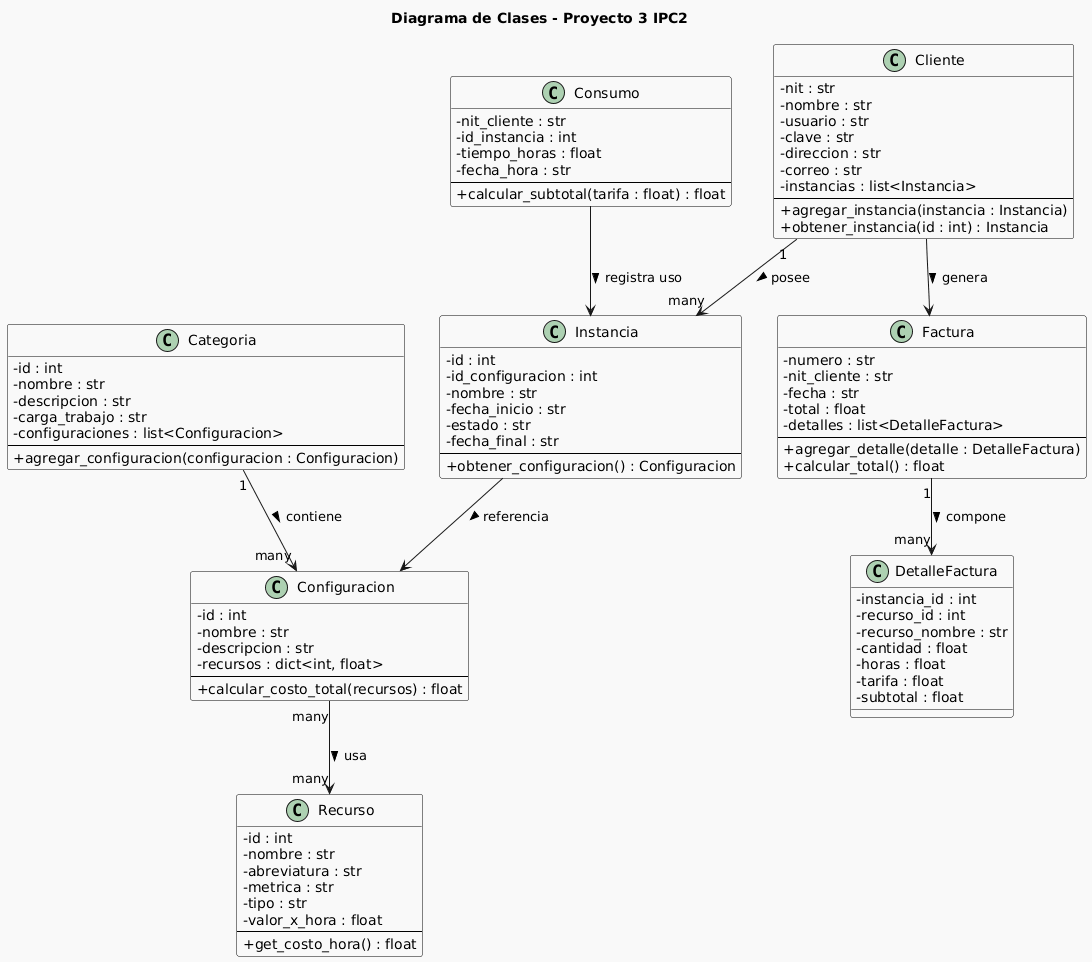
Above: modelo de datos.png in Dieg0vlr/IPC2_202200092_Proyecto3 (PlantUML), before the change. Its diagram source:
```plantuml
@startuml
title Diagrama de Clases - Proyecto 3 IPC2
skinparam classAttributeIconSize 0
skinparam backgroundColor #f9f9f9
skinparam class {
    BackgroundColor White
    BorderColor Black
}


class Recurso {
    - id : int
    - nombre : str
    - abreviatura : str
    - metrica : str
    - tipo : str
    - valor_x_hora : float
    --
    + get_costo_hora() : float
}

class Configuracion {
    - id : int
    - nombre : str
    - descripcion : str
    - recursos : dict<int, float>
    --
    + calcular_costo_total(recursos) : float
}

class Categoria {
    - id : int
    - nombre : str
    - descripcion : str
    - carga_trabajo : str
    - configuraciones : list<Configuracion>
    --
    + agregar_configuracion(configuracion : Configuracion)
}

class Instancia {
    - id : int
    - id_configuracion : int
    - nombre : str
    - fecha_inicio : str
    - estado : str
    - fecha_final : str
    --
    + obtener_configuracion() : Configuracion
}

class Cliente {
    - nit : str
    - nombre : str
    - usuario : str
    - clave : str
    - direccion : str
    - correo : str
    - instancias : list<Instancia>
    --
    + agregar_instancia(instancia : Instancia)
    + obtener_instancia(id : int) : Instancia
}

class Consumo {
    - nit_cliente : str
    - id_instancia : int
    - tiempo_horas : float
    - fecha_hora : str
    --
    + calcular_subtotal(tarifa : float) : float
}

class DetalleFactura {
    - instancia_id : int
    - recurso_id : int
    - recurso_nombre : str
    - cantidad : float
    - horas : float
    - tarifa : float
    - subtotal : float
}

class Factura {
    - numero : str
    - nit_cliente : str
    - fecha : str
    - total : float
    - detalles : list<DetalleFactura>
    --
    + agregar_detalle(detalle : DetalleFactura)
    + calcular_total() : float
}


Categoria "1" --> "many" Configuracion : contiene >
Configuracion "many" --> "many" Recurso : usa >
Cliente "1" --> "many" Instancia : posee >
Instancia --> Configuracion : referencia >
Cliente --> Factura : genera >
Factura "1" --> "many" DetalleFactura : compone >
Consumo --> Instancia : registra uso >
@enduml
```
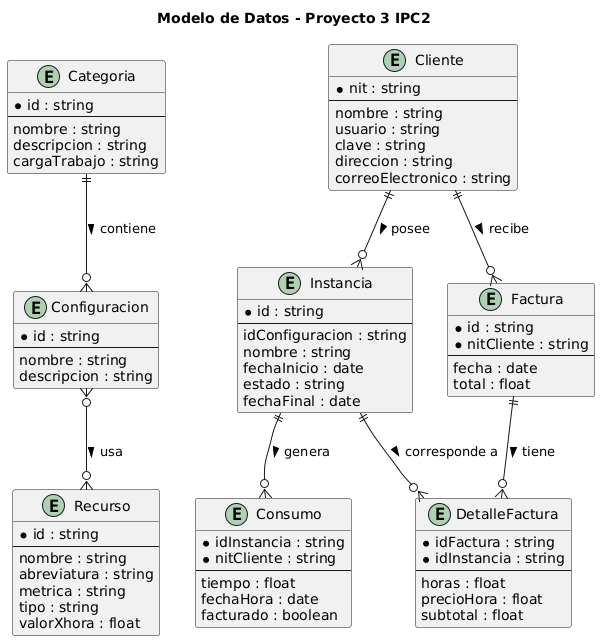
The same file after the commit.

Change to the diagram source:
```diff
@@ -1,103 +1,82 @@
 @startuml
-title Diagrama de Clases - Proyecto 3 IPC2
-skinparam classAttributeIconSize 0
-skinparam backgroundColor #f9f9f9
-skinparam class {
-    BackgroundColor White
-    BorderColor Black
+title Modelo de Datos - Proyecto 3 IPC2
+
+entity "Recurso" as recurso {
+    * id : string
+    --
+    nombre : string
+    abreviatura : string
+    metrica : string
+    tipo : string
+    valorXhora : float
 }
 
-
-class Recurso {
-    - id : int
-    - nombre : str
-    - abreviatura : str
-    - metrica : str
-    - tipo : str
-    - valor_x_hora : float
+entity "Configuracion" as configuracion {
+    * id : string
     --
-    + get_costo_hora() : float
+    nombre : string
+    descripcion : string
 }
 
-class Configuracion {
-    - id : int
-    - nombre : str
-    - descripcion : str
-    - recursos : dict<int, float>
+entity "Categoria" as categoria {
+    * id : string
     --
-    + calcular_costo_total(recursos) : float
+    nombre : string
+    descripcion : string
+    cargaTrabajo : string
 }
 
-class Categoria {
-    - id : int
-    - nombre : str
-    - descripcion : str
-    - carga_trabajo : str
-    - configuraciones : list<Configuracion>
+entity "Cliente" as cliente {
+    * nit : string
     --
-    + agregar_configuracion(configuracion : Configuracion)
+    nombre : string
+    usuario : string
+    clave : string
+    direccion : string
+    correoElectronico : string
 }
 
-class Instancia {
-    - id : int
-    - id_configuracion : int
-    - nombre : str
-    - fecha_inicio : str
-    - estado : str
-    - fecha_final : str
+entity "Instancia" as instancia {
+    * id : string
     --
-    + obtener_configuracion() : Configuracion
+    idConfiguracion : string
+    nombre : string
+    fechaInicio : date
+    estado : string
+    fechaFinal : date
 }
 
-class Cliente {
-    - nit : str
-    - nombre : str
-    - usuario : str
-    - clave : str
-    - direccion : str
-    - correo : str
-    - instancias : list<Instancia>
+entity "Consumo" as consumo {
+    * idInstancia : string
+    * nitCliente : string
     --
-    + agregar_instancia(instancia : Instancia)
-    + obtener_instancia(id : int) : Instancia
+    tiempo : float
+    fechaHora : date
+    facturado : boolean
 }
 
-class Consumo {
-    - nit_cliente : str
-    - id_instancia : int
-    - tiempo_horas : float
-    - fecha_hora : str
+entity "Factura" as factura {
+    * id : string
+    * nitCliente : string
     --
-    + calcular_subtotal(tarifa : float) : float
+    fecha : date
+    total : float
 }
 
-class DetalleFactura {
-    - instancia_id : int
-    - recurso_id : int
-    - recurso_nombre : str
-    - cantidad : float
-    - horas : float
-    - tarifa : float
-    - subtotal : float
+entity "DetalleFactura" as detalle {
+    * idFactura : string
+    * idInstancia : string
+    --
+    horas : float
+    precioHora : float
+    subtotal : float
 }
 
-class Factura {
-    - numero : str
-    - nit_cliente : str
-    - fecha : str
-    - total : float
-    - detalles : list<DetalleFactura>
-    --
-    + agregar_detalle(detalle : DetalleFactura)
-    + calcular_total() : float
-}
-
-
-Categoria "1" --> "many" Configuracion : contiene >
-Configuracion "many" --> "many" Recurso : usa >
-Cliente "1" --> "many" Instancia : posee >
-Instancia --> Configuracion : referencia >
-Cliente --> Factura : genera >
-Factura "1" --> "many" DetalleFactura : compone >
-Consumo --> Instancia : registra uso >
+categoria ||--o{ configuracion : contiene >
+configuracion }o--o{ recurso : usa >
+cliente ||--o{ instancia : posee >
+instancia ||--o{ consumo : genera >
+cliente ||--o{ factura : recibe >
+factura ||--o{ detalle : tiene >
+instancia ||--o{ detalle : corresponde a >
 @enduml
```
